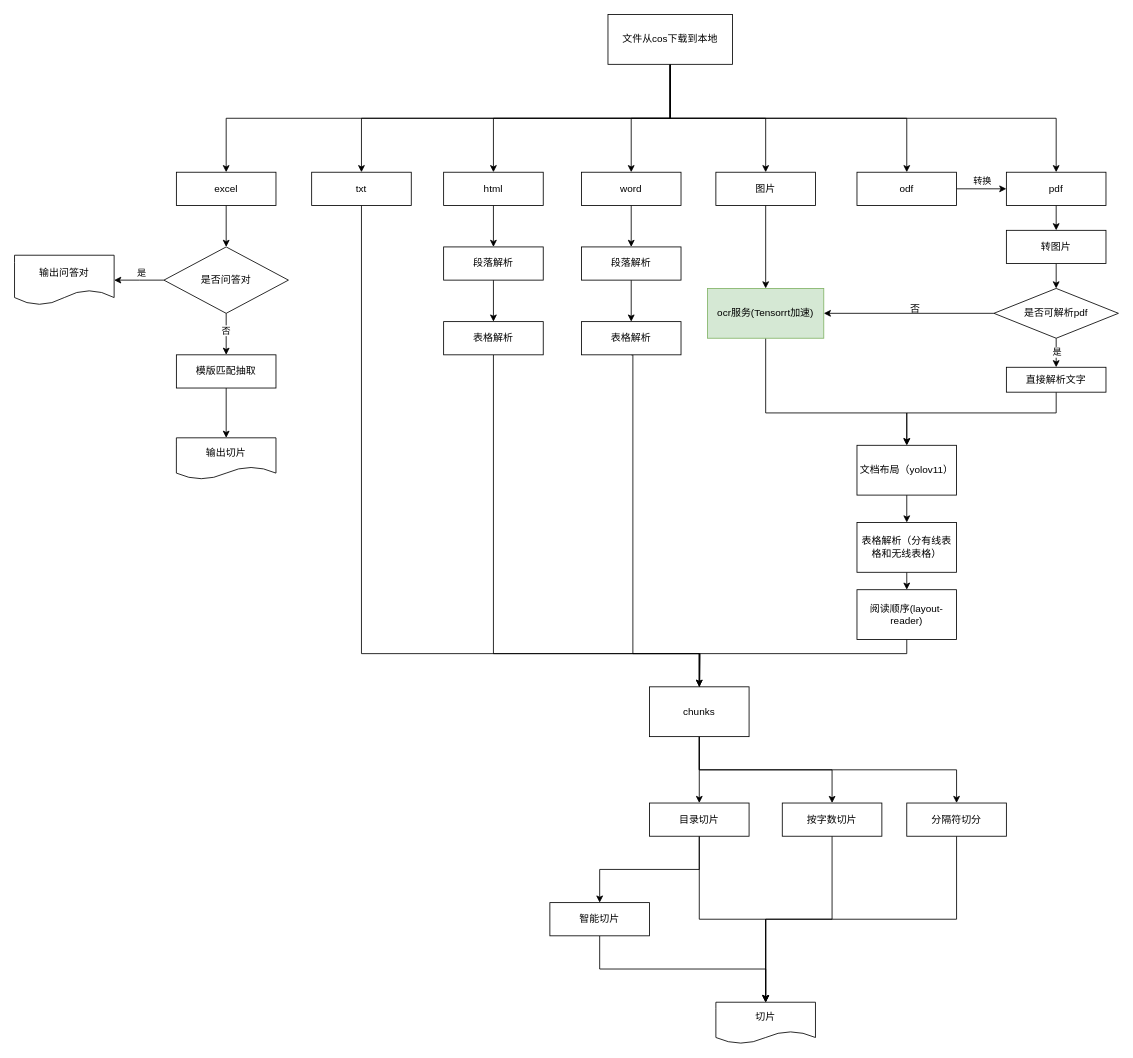
Earlier version of the draw.io diagram 知识库二期文档处理切片流程.drawio (archwolf118/AI). Source tidied: cells renumbered, new cells numbered last; positions are measured from the earlier drawing's top-left corner, leaving out a move shared by most shapes. Both pictures are drawn from the tidied source at 83%, with x=0, y=0 at pixel (14, 14).
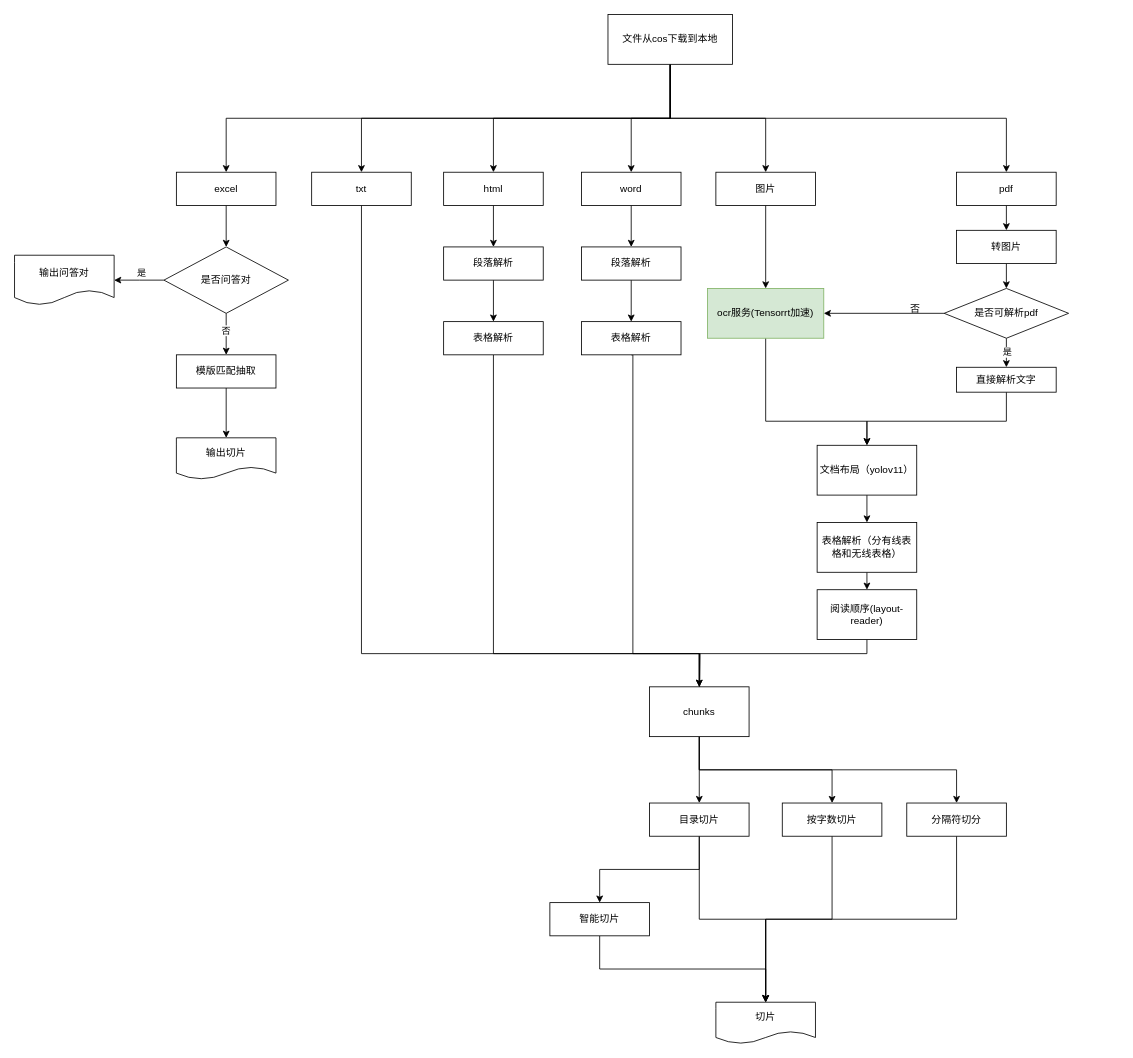
The same page after the edit.

Commit message:
Update 知识库二期文档处理切片流程.drawio

Unchanged cells that the change refers to:
```xml
<mxCell id="9" value="文件从cos下载到本地" style="rounded=0;whiteSpace=wrap;html=1;" parent="1" vertex="1">
  <mxGeometry x="715" width="150" height="60" as="geometry" />
</mxCell>
<mxCell id="32" value="ocr服务(Tensorrt加速)" style="rounded=0;whiteSpace=wrap;html=1;fillColor=#d5e8d4;strokeColor=#82b366;" parent="1" vertex="1">
  <mxGeometry x="835" y="330" width="140" height="60" as="geometry" />
</mxCell>
<mxCell id="40" value="chunks" style="rounded=0;whiteSpace=wrap;html=1;" parent="1" vertex="1">
  <mxGeometry x="765" y="810" width="120" height="60" as="geometry" />
</mxCell>
```

Change to the diagram source:
```diff
@@
-    <mxCell id="2" style="edgeStyle=orthogonalEdgeStyle;rounded=0;jettySize=auto;html=1;exitX=0.5;exitY=1;exitDx=0;exitDy=0;entryX=0.5;entryY=0;entryDx=0;entryDy=0;" parent="1" edge="1" source="9" target="16">
-      <mxGeometry relative="1" as="geometry" />
-    </mxCell>
@@
     <mxCell id="13" value="pdf" style="rounded=0;whiteSpace=wrap;html=1;" parent="1" vertex="1">
-      <mxGeometry x="1195" y="190" width="120" height="40" as="geometry" />
+      <mxGeometry x="1135" y="190" width="120" height="40" as="geometry" />
     </mxCell>
-    <mxCell id="14" style="edgeStyle=orthogonalEdgeStyle;rounded=0;jettySize=auto;html=1;exitX=1;exitY=0.5;exitDx=0;exitDy=0;entryX=0;entryY=0.5;entryDx=0;entryDy=0;" parent="1" edge="1" source="16" target="13">
-      <mxGeometry relative="1" as="geometry" />
-    </mxCell>
-    <mxCell id="15" value="转换" style="edgeLabel;html=1;align=center;verticalAlign=middle;" parent="14" vertex="1">
-      <mxGeometry x="-0.13" relative="1" as="geometry">
-        <mxPoint x="4" y="-10" as="offset" />
-      </mxGeometry>
-    </mxCell>
-    <mxCell id="16" value="odf" style="rounded=0;whiteSpace=wrap;html=1;" parent="1" vertex="1">
-      <mxGeometry x="1015" y="190" width="120" height="40" as="geometry" />
-    </mxCell>
@@
     <mxCell id="18" value="转图片" style="rounded=0;whiteSpace=wrap;html=1;" parent="1" vertex="1">
-      <mxGeometry x="1195" y="260" width="120" height="40" as="geometry" />
+      <mxGeometry x="1135" y="260" width="120" height="40" as="geometry" />
     </mxCell>
@@
     <mxCell id="25" style="edgeStyle=orthogonalEdgeStyle;rounded=0;jettySize=auto;html=1;exitX=0.5;exitY=1;exitDx=0;exitDy=0;" parent="1" edge="1" source="26">
       <mxGeometry relative="1" as="geometry">
-        <mxPoint x="1075" y="612" as="targetPoint" />
+        <mxPoint x="1027" y="612" as="targetPoint" />
       </mxGeometry>
     </mxCell>
     <mxCell id="26" value="文档布局（yolov11）" style="rounded=0;whiteSpace=wrap;html=1;" parent="1" vertex="1">
-      <mxGeometry x="1015" y="519" width="120" height="60" as="geometry" />
+      <mxGeometry x="967" y="519" width="120" height="60" as="geometry" />
     </mxCell>
@@
     <mxCell id="28" value="表格解析（分有线表格和无线表格）" style="rounded=0;whiteSpace=wrap;html=1;" parent="1" vertex="1">
-      <mxGeometry x="1015" y="612" width="120" height="60" as="geometry" />
+      <mxGeometry x="967" y="612" width="120" height="60" as="geometry" />
     </mxCell>
-    <mxCell id="29" style="edgeStyle=orthogonalEdgeStyle;rounded=0;jettySize=auto;html=1;exitX=0.5;exitY=1;exitDx=0;exitDy=0;" parent="1" edge="1" source="30" target="40">
+    <mxCell id="29" style="edgeStyle=orthogonalEdgeStyle;rounded=0;jettySize=auto;html=1;exitX=0.5;exitY=1;exitDx=0;exitDy=0;entryX=0.5;entryY=0;entryDx=0;entryDy=0;" parent="1" edge="1" source="30" target="40">
       <mxGeometry relative="1" as="geometry">
         <Array as="points">
-          <mxPoint x="1075" y="770" />
+          <mxPoint x="1027" y="770" />
           <mxPoint x="825" y="770" />
         </Array>
       </mxGeometry>
     </mxCell>
     <mxCell id="30" value="阅读顺序(layout-reader&lt;span style=&quot;background-color: initial;&quot;&gt;)&lt;/span&gt;" style="rounded=0;whiteSpace=wrap;html=1;" parent="1" vertex="1">
-      <mxGeometry x="1015" y="693" width="120" height="60" as="geometry" />
+      <mxGeometry x="967" y="693" width="120" height="60" as="geometry" />
     </mxCell>
     <mxCell id="31" style="edgeStyle=orthogonalEdgeStyle;rounded=0;jettySize=auto;html=1;exitX=0.5;exitY=1;exitDx=0;exitDy=0;entryX=0.5;entryY=0;entryDx=0;entryDy=0;" parent="1" edge="1" source="32" target="26">
       <mxGeometry relative="1" as="geometry">
         <Array as="points">
-          <mxPoint x="905" y="480" />
-          <mxPoint x="1075" y="480" />
+          <mxPoint x="905" y="490" />
+          <mxPoint x="1027" y="490" />
         </Array>
       </mxGeometry>
     </mxCell>
@@
     <mxCell id="69" value="是否可解析pdf" style="rhombus;whiteSpace=wrap;html=1;" parent="1" vertex="1">
-      <mxGeometry x="1180" y="330" width="150" height="60" as="geometry" />
+      <mxGeometry x="1120" y="330" width="150" height="60" as="geometry" />
     </mxCell>
     <mxCell id="70" style="edgeStyle=orthogonalEdgeStyle;rounded=0;jettySize=auto;html=1;exitX=0.5;exitY=1;exitDx=0;exitDy=0;entryX=0.5;entryY=0;entryDx=0;entryDy=0;" parent="1" edge="1" source="71" target="26">
       <mxGeometry relative="1" as="geometry">
         <Array as="points">
-          <mxPoint x="1255" y="480" />
-          <mxPoint x="1075" y="480" />
+          <mxPoint x="1195" y="490" />
+          <mxPoint x="1027" y="490" />
         </Array>
       </mxGeometry>
     </mxCell>
     <mxCell id="71" value="直接解析文字" style="rounded=0;whiteSpace=wrap;html=1;" parent="1" vertex="1">
-      <mxGeometry x="1195" y="425" width="120" height="30" as="geometry" />
+      <mxGeometry x="1135" y="425" width="120" height="30" as="geometry" />
     </mxCell>
```
